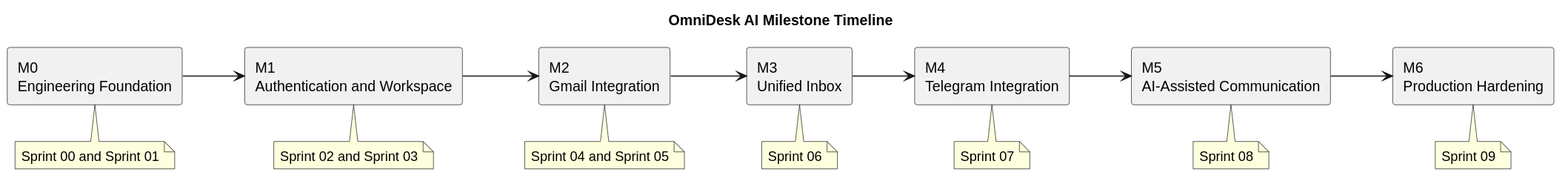
The PlantUML diagram docs/Project-Management/diagrams/milestone-timeline.svg in Farhad-Valizadegan/Web-OmniDesk, before a commit. The source it was exported from:
```plantuml
@startuml
title OmniDesk AI Milestone Timeline

left to right direction
skinparam componentStyle rectangle

rectangle "M0\nEngineering Foundation" as M0
rectangle "M1\nAuthentication and Workspace" as M1
rectangle "M2\nGmail Integration" as M2
rectangle "M3\nUnified Inbox" as M3
rectangle "M4\nTelegram Integration" as M4
rectangle "M5\nAI-Assisted Communication" as M5
rectangle "M6\nProduction Hardening" as M6

M0 --> M1
M1 --> M2
M2 --> M3
M3 --> M4
M4 --> M5
M5 --> M6

note bottom of M0
Sprint 00 and Sprint 01
end note

note bottom of M1
Sprint 02 and Sprint 03
end note

note bottom of M2
Sprint 04 and Sprint 05
end note

note bottom of M3
Sprint 06
end note

note bottom of M4
Sprint 07
end note

note bottom of M5
Sprint 08
end note

note bottom of M6
Sprint 09
end note
@enduml
```
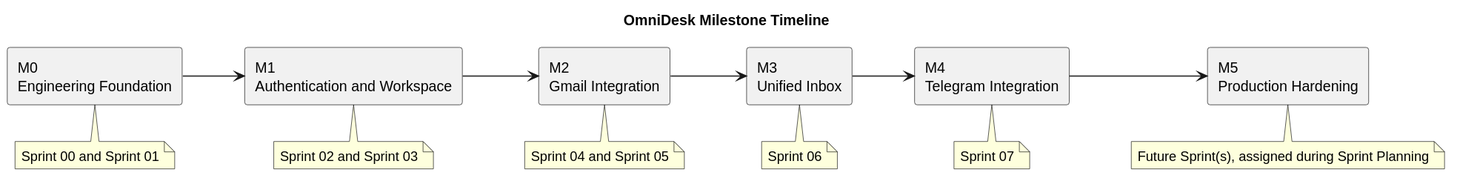
Later version of the same file.

Diff of the diagram source:
```diff
@@ -1,5 +1,5 @@
 @startuml
-title OmniDesk AI Milestone Timeline
+title OmniDesk Milestone Timeline
 
 left to right direction
 skinparam componentStyle rectangle
@@ -9,15 +9,13 @@
 rectangle "M2\nGmail Integration" as M2
 rectangle "M3\nUnified Inbox" as M3
 rectangle "M4\nTelegram Integration" as M4
-rectangle "M5\nAI-Assisted Communication" as M5
-rectangle "M6\nProduction Hardening" as M6
+rectangle "M5\nProduction Hardening" as M5
 
 M0 --> M1
 M1 --> M2
 M2 --> M3
 M3 --> M4
 M4 --> M5
-M5 --> M6
 
 note bottom of M0
 Sprint 00 and Sprint 01
@@ -40,10 +38,6 @@
 end note
 
 note bottom of M5
-Sprint 08
-end note
-
-note bottom of M6
-Sprint 09
+Future Sprint(s), assigned during Sprint Planning
 end note
 @enduml
```
